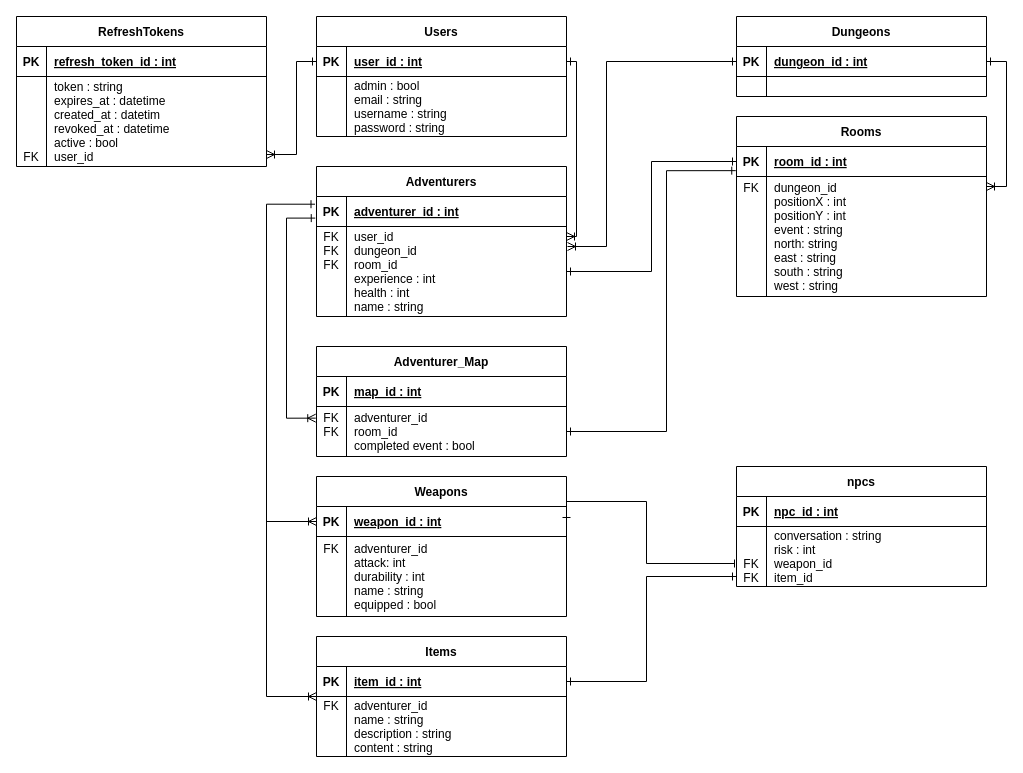
Before: Documentation/Diagrams/ERD.drawio in Thomas-Molen/FHICT-S3-IP, a draw.io diagram. Source tidied: cells renumbered, new cells numbered last; positions are measured from the earlier drawing's top-left corner, leaving out a move shared by most shapes. Both pictures are drawn from the tidied source at 100%, with x=0, y=0 at pixel (16, 16).
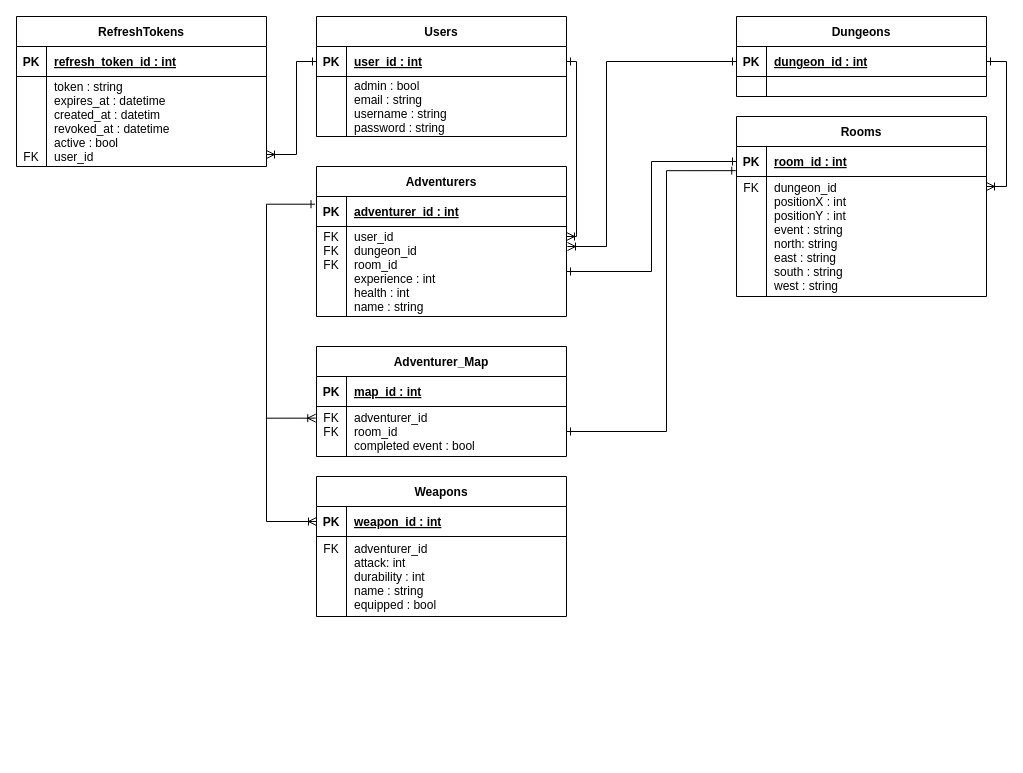
The same page after the edit.

Unchanged cells that the change refers to:
```xml
<mxCell id="25" style="shape=partialRectangle;fillColor=none;points=[[0,0.5],[1,0.5]];portConstraint=eastwest;top=0;left=0;right=0;bottom=1;" parent="24" vertex="1">
  <mxGeometry y="30" width="250" height="30" as="geometry" />
</mxCell>
<mxCell id="32" style="shape=partialRectangle;fillColor=none;points=[[0,0.5],[1,0.5]];portConstraint=eastwest;top=0;left=0;right=0;bottom=1;" parent="31" vertex="1">
  <mxGeometry y="30" width="250" height="30" as="geometry" />
</mxCell>
<mxCell id="49" style="shape=partialRectangle;fillColor=none;points=[[0,0.5],[1,0.5]];portConstraint=eastwest;top=0;left=0;right=0;bottom=0;" parent="45" vertex="1">
  <mxGeometry y="60" width="250" height="50" as="geometry" />
</mxCell>
```

Change to the diagram source:
```diff
@@
-    <mxCell id="38" value="Items" style="shape=table;startSize=30;childLayout=tableLayout;rowLines=0;fontStyle=1;align=center;" parent="1" vertex="1">
-      <mxGeometry x="300" y="620" width="250" height="120" as="geometry" />
-    </mxCell>
-    <mxCell id="39" style="shape=partialRectangle;fillColor=none;points=[[0,0.5],[1,0.5]];portConstraint=eastwest;top=0;left=0;right=0;bottom=1;" parent="38" vertex="1">
-      <mxGeometry y="30" width="250" height="30" as="geometry" />
-    </mxCell>
-    <mxCell id="40" value="PK" style="shape=partialRectangle;overflow=hidden;fillColor=none;top=0;left=0;bottom=0;right=0;fontStyle=1;" parent="39" vertex="1">
-      <mxGeometry width="30" height="30" as="geometry" />
-    </mxCell>
-    <mxCell id="41" value="item_id : int" style="shape=partialRectangle;overflow=hidden;fillColor=none;top=0;left=0;bottom=0;right=0;align=left;spacingLeft=6;fontStyle=5;" parent="39" vertex="1">
-      <mxGeometry x="30" width="220" height="30" as="geometry" />
-    </mxCell>
-    <mxCell id="42" style="shape=partialRectangle;fillColor=none;top=0;left=0;right=0;bottom=0;" parent="38" vertex="1">
-      <mxGeometry y="60" width="250" height="60" as="geometry" />
-    </mxCell>
-    <mxCell id="43" value="FK&#10;&#10;&#10;" style="shape=partialRectangle;overflow=hidden;fillColor=none;top=0;left=0;bottom=0;right=0;" parent="42" vertex="1">
-      <mxGeometry width="30" height="60" as="geometry" />
-    </mxCell>
-    <mxCell id="44" value="adventurer_id&#10;name : string&#10;description : string&#10;content : string" style="shape=partialRectangle;overflow=hidden;fillColor=none;top=0;left=0;bottom=0;right=0;align=left;spacingLeft=6;" parent="42" vertex="1">
-      <mxGeometry x="30" width="220" height="60" as="geometry" />
-    </mxCell>
@@
-    <mxCell id="52" value="npcs" style="shape=table;startSize=30;childLayout=tableLayout;rowLines=0;fontStyle=1;align=center;" parent="1" vertex="1">
-      <mxGeometry x="720" y="450" width="250" height="120" as="geometry" />
-    </mxCell>
-    <mxCell id="53" style="shape=partialRectangle;fillColor=none;top=0;left=0;right=0;bottom=1;" parent="52" vertex="1">
-      <mxGeometry y="30" width="250" height="30" as="geometry" />
-    </mxCell>
-    <mxCell id="54" value="PK" style="shape=partialRectangle;overflow=hidden;fillColor=none;top=0;left=0;bottom=0;right=0;fontStyle=1;" parent="53" vertex="1">
-      <mxGeometry width="30" height="30" as="geometry" />
-    </mxCell>
-    <mxCell id="55" value="npc_id : int" style="shape=partialRectangle;overflow=hidden;fillColor=none;top=0;left=0;bottom=0;right=0;align=left;spacingLeft=6;fontStyle=5;" parent="53" vertex="1">
-      <mxGeometry x="30" width="220" height="30" as="geometry" />
-    </mxCell>
-    <mxCell id="56" style="shape=partialRectangle;fillColor=none;points=[[0,0.5],[1,0.5]];portConstraint=eastwest;top=0;left=0;right=0;bottom=0;" parent="52" vertex="1">
-      <mxGeometry y="60" width="250" height="60" as="geometry" />
-    </mxCell>
-    <mxCell id="57" value="&#10;&#10;FK&#10;FK" style="shape=partialRectangle;overflow=hidden;fillColor=none;top=0;left=0;bottom=0;right=0;" parent="56" vertex="1">
-      <mxGeometry width="30" height="60" as="geometry" />
-    </mxCell>
-    <mxCell id="58" value="conversation : string&#10;risk : int&#10;weapon_id&#10;item_id" style="shape=partialRectangle;overflow=hidden;fillColor=none;top=0;left=0;bottom=0;right=0;align=left;spacingLeft=6;" parent="56" vertex="1">
-      <mxGeometry x="30" width="220" height="60" as="geometry" />
-    </mxCell>
@@
-    <mxCell id="62" style="edgeStyle=orthogonalEdgeStyle;rounded=0;jettySize=auto;html=1;entryX=-0.005;entryY=0.72;entryDx=0;entryDy=0;startArrow=ERoneToMany;startFill=0;endArrow=ERone;endFill=0;entryPerimeter=0;exitX=-0.003;exitY=0.233;exitDx=0;exitDy=0;exitPerimeter=0;" parent="1" edge="1" source="49" target="25">
+    <mxCell id="62" style="edgeStyle=orthogonalEdgeStyle;rounded=0;jettySize=auto;html=1;startArrow=ERoneToMany;startFill=0;endArrow=none;endFill=0;exitX=-0.003;exitY=0.233;exitDx=0;exitDy=0;exitPerimeter=0;" parent="1" edge="1" source="49">
       <mxGeometry relative="1" as="geometry">
+        <mxPoint x="250" y="230" as="targetPoint" />
         <Array as="points">
-          <mxPoint x="270" y="402" />
-          <mxPoint x="270" y="202" />
+          <mxPoint x="250" y="402" />
+          <mxPoint x="250" y="202" />
         </Array>
       </mxGeometry>
     </mxCell>
@@
-    <mxCell id="65" style="edgeStyle=orthogonalEdgeStyle;rounded=0;orthogonalLoop=1;jettySize=auto;html=1;startArrow=ERoneToMany;startFill=0;endArrow=none;endFill=0;" parent="1" edge="1">
-      <mxGeometry relative="1" as="geometry">
-        <mxPoint x="300" y="680" as="sourcePoint" />
-        <mxPoint x="250" y="500" as="targetPoint" />
-        <Array as="points">
-          <mxPoint x="300" y="680" />
-          <mxPoint x="250" y="680" />
-        </Array>
-      </mxGeometry>
-    </mxCell>
-    <mxCell id="66" style="edgeStyle=orthogonalEdgeStyle;rounded=0;jettySize=auto;html=1;entryX=1;entryY=0.5;entryDx=0;entryDy=0;startArrow=baseDash;startFill=0;endArrow=ERone;endFill=0;" parent="1" edge="1" target="32">
-      <mxGeometry relative="1" as="geometry">
-        <mxPoint x="718" y="547" as="sourcePoint" />
-        <Array as="points">
-          <mxPoint x="630" y="547" />
-          <mxPoint x="630" y="485" />
-        </Array>
-      </mxGeometry>
-    </mxCell>
-    <mxCell id="67" style="edgeStyle=orthogonalEdgeStyle;rounded=0;jettySize=auto;html=1;entryX=1;entryY=0.5;entryDx=0;entryDy=0;startArrow=ERone;startFill=0;endArrow=ERone;endFill=0;" parent="1" edge="1" source="56" target="39">
-      <mxGeometry relative="1" as="geometry">
-        <Array as="points">
-          <mxPoint x="630" y="560" />
-          <mxPoint x="630" y="665" />
-        </Array>
-      </mxGeometry>
-    </mxCell>
```
